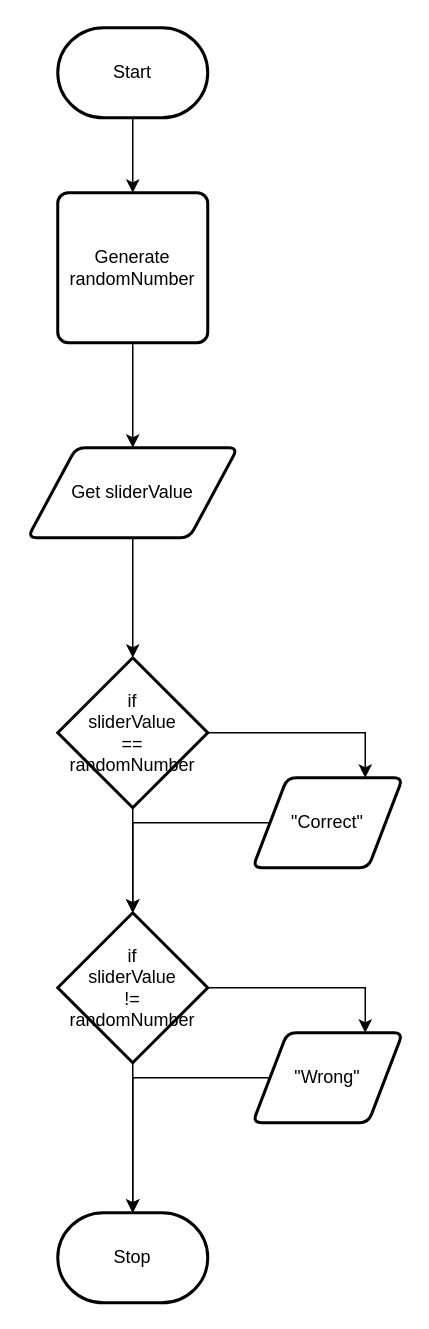
This is flowchart.drawio from Mr-Coxall/ICS2O-Unit5-01-JS, a draw.io file, before an edit. Source tidied: cells renumbered, new cells numbered last; positions are measured from the earlier drawing's top-left corner, leaving out a move shared by most shapes. Both pictures are drawn from the tidied source at 150%, with x=0, y=0 at pixel (27, 27).
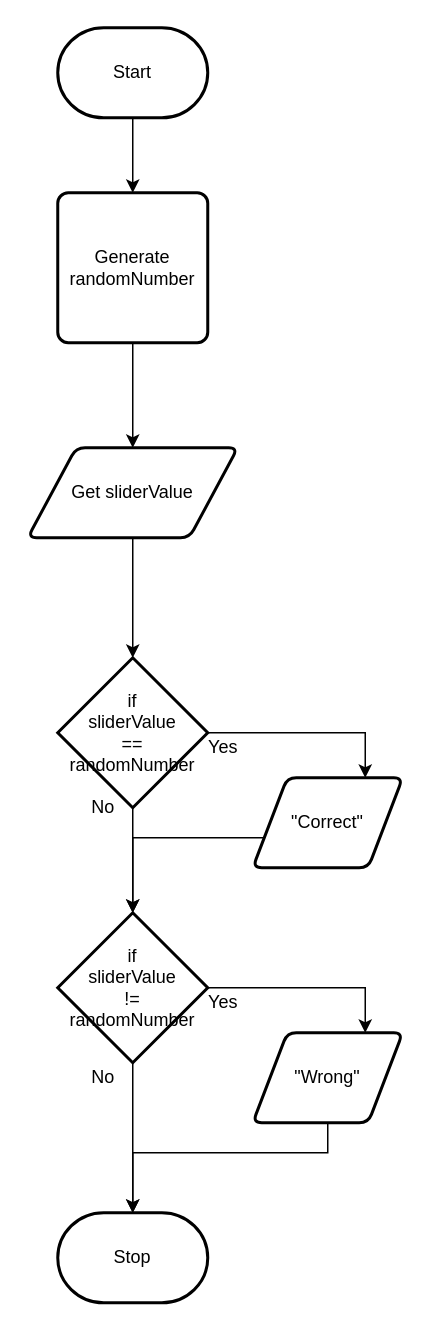
The same diagram, later.

The change refers to these unchanged cells:
```xml
<mxCell id="12" value="&quot;Correct&quot;" style="shape=parallelogram;html=1;strokeWidth=2;perimeter=parallelogramPerimeter;whiteSpace=wrap;rounded=1;arcSize=12;size=0.23;" parent="1" vertex="1">
  <mxGeometry x="150" y="500" width="100" height="60" as="geometry" />
</mxCell>
<mxCell id="15" value="if&lt;br&gt;sliderValue&lt;br&gt;!=&lt;br&gt;randomNumber" style="strokeWidth=2;html=1;shape=mxgraph.flowchart.decision;whiteSpace=wrap;" parent="1" vertex="1">
  <mxGeometry x="20" y="590" width="100" height="100" as="geometry" />
</mxCell>
<mxCell id="17" value="&quot;Wrong&quot;" style="shape=parallelogram;html=1;strokeWidth=2;perimeter=parallelogramPerimeter;whiteSpace=wrap;rounded=1;arcSize=12;size=0.23;" parent="1" vertex="1">
  <mxGeometry x="150" y="670" width="100" height="60" as="geometry" />
</mxCell>
<mxCell id="18" value="Stop" style="strokeWidth=2;html=1;shape=mxgraph.flowchart.terminator;whiteSpace=wrap;" parent="1" vertex="1">
  <mxGeometry x="20" y="790" width="100" height="60" as="geometry" />
</mxCell>
```

The edit, as a diff of the source:
```diff
@@
     <mxCell id="11" style="edgeStyle=orthogonalEdgeStyle;rounded=0;html=1;" parent="1" edge="1" source="12" target="15">
-      <mxGeometry relative="1" as="geometry" />
+      <mxGeometry relative="1" as="geometry">
+        <Array as="points">
+          <mxPoint x="70" y="540" />
+        </Array>
+      </mxGeometry>
     </mxCell>
@@
     <mxCell id="16" style="edgeStyle=orthogonalEdgeStyle;rounded=0;html=1;" parent="1" edge="1" source="17" target="18">
-      <mxGeometry relative="1" as="geometry" />
+      <mxGeometry relative="1" as="geometry">
+        <Array as="points">
+          <mxPoint x="200" y="750" />
+          <mxPoint x="70" y="750" />
+        </Array>
+      </mxGeometry>
     </mxCell>
@@
+    <mxCell id="19" value="Yes" style="text;html=1;align=center;verticalAlign=middle;strokeColor=none;fillColor=none;" parent="1" vertex="1">
+      <mxGeometry x="110" y="470" width="40" height="20" as="geometry" />
+    </mxCell>
+    <mxCell id="20" value="No" style="text;html=1;align=center;verticalAlign=middle;strokeColor=none;fillColor=none;" parent="1" vertex="1">
+      <mxGeometry x="35" y="510" width="30" height="20" as="geometry" />
+    </mxCell>
+    <mxCell id="21" value="Yes" style="text;html=1;align=center;verticalAlign=middle;strokeColor=none;fillColor=none;" parent="1" vertex="1">
+      <mxGeometry x="110" y="640" width="40" height="20" as="geometry" />
+    </mxCell>
+    <mxCell id="22" value="No" style="text;html=1;align=center;verticalAlign=middle;strokeColor=none;fillColor=none;" parent="1" vertex="1">
+      <mxGeometry x="35" y="690" width="30" height="20" as="geometry" />
+    </mxCell>
```
